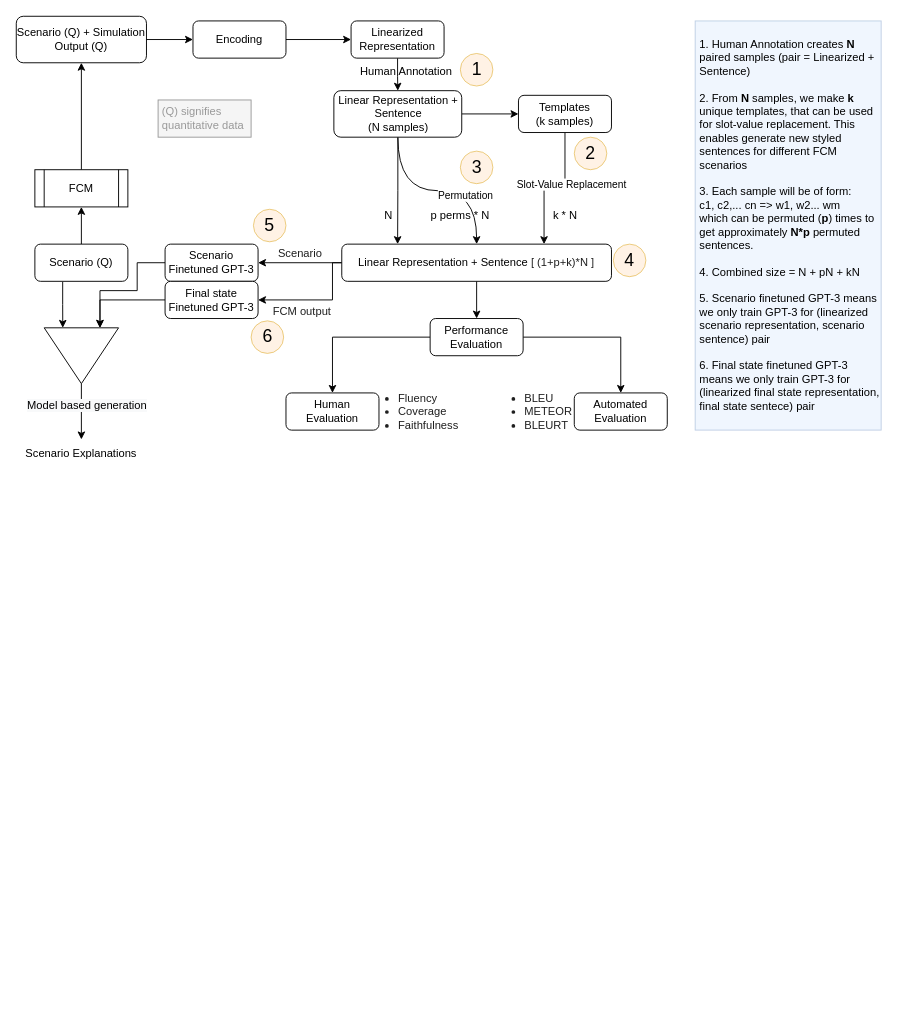
Earlier version of the draw.io diagram fcm-to-text-initial.drawio (annshress/draw.io). Source tidied: cells renumbered, new cells numbered last; positions are measured from the earlier drawing's top-left corner, leaving out a move shared by most shapes. Both pictures are drawn from the tidied source at 93%, with x=0, y=0 at pixel (16, 16).
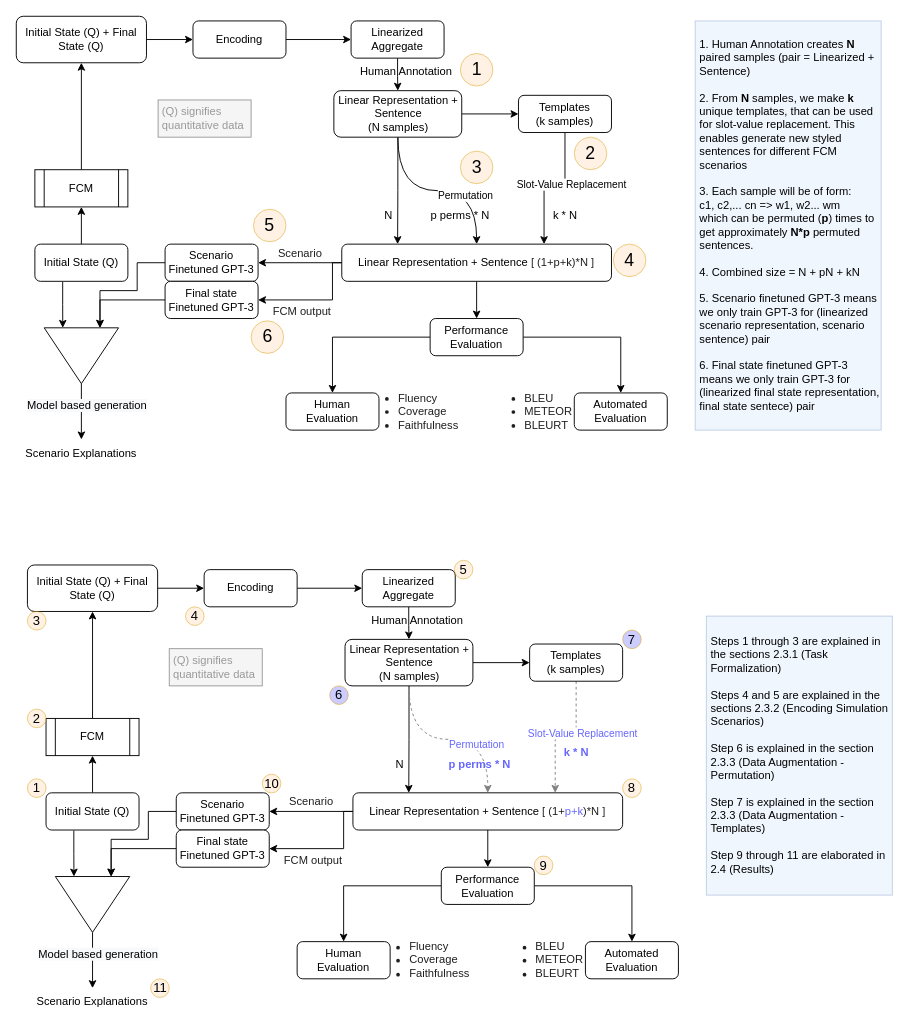
Above is the later version.

Change to the diagram source:
```diff
@@
-    <mxCell id="6" value="Scenario (Q)" style="rounded=1;whiteSpace=wrap;html=1;" parent="1" vertex="1">
+    <mxCell id="6" value="Initial State (Q)" style="rounded=1;whiteSpace=wrap;html=1;" parent="1" vertex="1">
       <mxGeometry x="20" y="245" width="100" height="40" as="geometry" />
     </mxCell>
-    <mxCell id="7" value="Scenario (Q) + Simulation Output (Q)" style="rounded=1;whiteSpace=wrap;html=1;" parent="1" vertex="1">
+    <mxCell id="7" value="Initial State (Q) + Final State (Q)" style="rounded=1;whiteSpace=wrap;html=1;" parent="1" vertex="1">
       <mxGeometry width="140" height="50" as="geometry" />
     </mxCell>
@@
-    <mxCell id="10" value="Linearized Representation" style="rounded=1;whiteSpace=wrap;html=1;" parent="1" vertex="1">
+    <mxCell id="10" value="Linearized Aggregate" style="rounded=1;whiteSpace=wrap;html=1;" parent="1" vertex="1">
       <mxGeometry x="360" y="5" width="100" height="40" as="geometry" />
     </mxCell>
@@
+    <mxCell id="54" style="edgeStyle=orthogonalEdgeStyle;rounded=0;jettySize=auto;html=1;entryX=0.5;entryY=1;entryDx=0;entryDy=0;" parent="1" edge="1" source="55" target="59">
+      <mxGeometry relative="1" as="geometry" />
+    </mxCell>
+    <mxCell id="55" value="FCM" style="shape=process;whiteSpace=wrap;html=1;backgroundOutline=1;" parent="1" vertex="1">
+      <mxGeometry x="32" y="755" width="100" height="40" as="geometry" />
+    </mxCell>
+    <mxCell id="56" style="endArrow=classic;html=1;rounded=0;entryX=0.5;entryY=1;entryDx=0;entryDy=0;exitX=0.5;exitY=0;exitDx=0;exitDy=0;" parent="1" edge="1" source="58" target="55">
+      <mxGeometry relative="1" as="geometry" />
+    </mxCell>
+    <mxCell id="57" style="edgeStyle=orthogonalEdgeStyle;rounded=0;jettySize=auto;html=1;entryX=0;entryY=0.75;entryDx=0;entryDy=0;exitX=0.299;exitY=1.012;exitDx=0;exitDy=0;exitPerimeter=0;" parent="1" edge="1" source="58" target="84">
+      <mxGeometry relative="1" as="geometry" />
+    </mxCell>
+    <mxCell id="58" value="Initial State (Q)" style="rounded=1;whiteSpace=wrap;html=1;" parent="1" vertex="1">
+      <mxGeometry x="32" y="835" width="100" height="40" as="geometry" />
+    </mxCell>
+    <mxCell id="59" value="Initial State (Q) + Final State (Q)" style="rounded=1;whiteSpace=wrap;html=1;" parent="1" vertex="1">
+      <mxGeometry x="12" y="590" width="140" height="50" as="geometry" />
+    </mxCell>
+    <mxCell id="60" style="edgeStyle=orthogonalEdgeStyle;rounded=0;jettySize=auto;html=1;entryX=0;entryY=0.5;entryDx=0;entryDy=0;exitX=1;exitY=0.5;exitDx=0;exitDy=0;" parent="1" edge="1" source="59" target="64">
+      <mxGeometry relative="1" as="geometry" />
+    </mxCell>
+    <mxCell id="61" style="edgeStyle=orthogonalEdgeStyle;rounded=0;jettySize=auto;html=1;entryX=0.5;entryY=0;entryDx=0;entryDy=0;" parent="1" edge="1" source="62" target="69">
+      <mxGeometry relative="1" as="geometry" />
+    </mxCell>
+    <mxCell id="62" value="Linearized Aggregate" style="rounded=1;whiteSpace=wrap;html=1;" parent="1" vertex="1">
+      <mxGeometry x="372" y="595" width="100" height="40" as="geometry" />
+    </mxCell>
+    <mxCell id="63" style="edgeStyle=orthogonalEdgeStyle;rounded=0;jettySize=auto;html=1;entryX=0;entryY=0.5;entryDx=0;entryDy=0;" parent="1" edge="1" source="64" target="62">
+      <mxGeometry relative="1" as="geometry" />
+    </mxCell>
+    <mxCell id="64" value="Encoding" style="rounded=1;whiteSpace=wrap;html=1;" parent="1" vertex="1">
+      <mxGeometry x="202" y="595" width="100" height="40" as="geometry" />
+    </mxCell>
+    <mxCell id="65" style="edgeStyle=orthogonalEdgeStyle;rounded=0;jettySize=auto;html=1;entryX=0;entryY=0.5;entryDx=0;entryDy=0;" parent="1" edge="1" source="69" target="72">
+      <mxGeometry relative="1" as="geometry" />
+    </mxCell>
+    <mxCell id="66" style="edgeStyle=orthogonalEdgeStyle;rounded=0;jettySize=auto;html=1;entryX=0.207;entryY=0;entryDx=0;entryDy=0;entryPerimeter=0;" parent="1" edge="1" source="69" target="76">
+      <mxGeometry relative="1" as="geometry" />
+    </mxCell>
+    <mxCell id="67" style="edgeStyle=orthogonalEdgeStyle;rounded=0;jettySize=auto;html=1;entryX=0.5;entryY=0;entryDx=0;entryDy=0;curved=1;dashed=1;strokeColor=#808080;" parent="1" edge="1" source="69" target="76">
+      <mxGeometry relative="1" as="geometry" />
+    </mxCell>
+    <mxCell id="68" value="&lt;font&gt;Permutation&lt;/font&gt;" style="edgeLabel;html=1;align=center;verticalAlign=middle;horizontal=1;spacingTop=0;spacingBottom=0;spacing=17;spacingRight=0;fontColor=#6666FF;" parent="67" vertex="1">
+      <mxGeometry x="0.09" y="-5" relative="1" as="geometry">
+        <mxPoint x="21" as="offset" />
+      </mxGeometry>
+    </mxCell>
+    <mxCell id="69" value="Linear Representation + Sentence&lt;div&gt;(N samples)&lt;/div&gt;" style="rounded=1;whiteSpace=wrap;html=1;" parent="1" vertex="1">
+      <mxGeometry x="353.5" y="670" width="137.5" height="50" as="geometry" />
+    </mxCell>
+    <mxCell id="70" style="edgeStyle=orthogonalEdgeStyle;rounded=0;jettySize=auto;html=1;entryX=0.75;entryY=0;entryDx=0;entryDy=0;dashed=1;strokeColor=#808080;" parent="1" edge="1" source="72" target="76">
+      <mxGeometry relative="1" as="geometry" />
+    </mxCell>
+    <mxCell id="71" value="&lt;font&gt;Slot-Value Replacement&lt;/font&gt;" style="edgeLabel;html=1;align=center;verticalAlign=middle;fontColor=#6666FF;" parent="70" vertex="1">
+      <mxGeometry x="-0.16" y="4" relative="1" as="geometry">
+        <mxPoint x="6" y="-9" as="offset" />
+      </mxGeometry>
+    </mxCell>
+    <mxCell id="72" value="Templates&lt;br&gt;(k samples)" style="rounded=1;whiteSpace=wrap;html=1;" parent="1" vertex="1">
+      <mxGeometry x="552" y="675" width="100" height="40" as="geometry" />
+    </mxCell>
+    <mxCell id="73" style="edgeStyle=orthogonalEdgeStyle;rounded=0;jettySize=auto;html=1;entryX=1;entryY=0.5;entryDx=0;entryDy=0;" parent="1" edge="1" source="76" target="79">
+      <mxGeometry relative="1" as="geometry" />
+    </mxCell>
+    <mxCell id="74" style="edgeStyle=orthogonalEdgeStyle;rounded=0;jettySize=auto;html=1;entryX=0.5;entryY=0;entryDx=0;entryDy=0;" parent="1" edge="1" source="76" target="82">
+      <mxGeometry relative="1" as="geometry" />
+    </mxCell>
+    <mxCell id="75" style="edgeStyle=orthogonalEdgeStyle;rounded=0;jettySize=auto;html=1;entryX=1;entryY=0.5;entryDx=0;entryDy=0;fontColor=#1F1F1F;" parent="1" edge="1" source="76" target="92">
+      <mxGeometry relative="1" as="geometry">
+        <Array as="points">
+          <mxPoint x="352" y="855" />
+          <mxPoint x="352" y="895" />
+        </Array>
+      </mxGeometry>
+    </mxCell>
+    <mxCell id="76" value="Linear Representation +&amp;nbsp;Sentence &lt;font color=&quot;#1F1F1F&quot;&gt;[ (1+&lt;font color=&quot;#6666FF&quot;&gt;p+k&lt;/font&gt;)*N ]&lt;/font&gt;" style="rounded=1;whiteSpace=wrap;html=1;" parent="1" vertex="1">
+      <mxGeometry x="362" y="835" width="290" height="40" as="geometry" />
+    </mxCell>
+    <mxCell id="77" value="&lt;font color=&quot;#999999&quot;&gt;(Q) signifies quantitative data&lt;/font&gt;" style="rounded=0;whiteSpace=wrap;html=1;align=left;fillColor=#f5f5f5;fontColor=#333333;strokeColor=#999999;labelBackgroundColor=none;spacingLeft=2;gradientColor=none;" parent="1" vertex="1">
+      <mxGeometry x="164.5" y="680" width="100" height="40" as="geometry" />
+    </mxCell>
+    <mxCell id="78" style="edgeStyle=orthogonalEdgeStyle;rounded=0;jettySize=auto;html=1;entryX=0;entryY=0.25;entryDx=0;entryDy=0;fontColor=#1F1F1F;" parent="1" edge="1" source="79" target="84">
+      <mxGeometry relative="1" as="geometry">
+        <Array as="points">
+          <mxPoint x="142" y="855" />
+          <mxPoint x="142" y="885" />
+          <mxPoint x="102" y="885" />
+        </Array>
+      </mxGeometry>
+    </mxCell>
+    <mxCell id="79" value="Scenario Finetuned GPT-3" style="rounded=1;whiteSpace=wrap;html=1;" parent="1" vertex="1">
+      <mxGeometry x="172" y="835" width="100" height="40" as="geometry" />
+    </mxCell>
+    <mxCell id="80" style="edgeStyle=orthogonalEdgeStyle;rounded=0;jettySize=auto;html=1;entryX=0.5;entryY=0;entryDx=0;entryDy=0;fontColor=#1F1F1F;" parent="1" edge="1" source="82" target="95">
+      <mxGeometry relative="1" as="geometry" />
+    </mxCell>
+    <mxCell id="81" style="edgeStyle=orthogonalEdgeStyle;rounded=0;jettySize=auto;html=1;entryX=0.5;entryY=0;entryDx=0;entryDy=0;fontColor=#1F1F1F;" parent="1" edge="1" source="82" target="96">
+      <mxGeometry relative="1" as="geometry" />
+    </mxCell>
+    <mxCell id="82" value="Performance Evaluation" style="rounded=1;whiteSpace=wrap;html=1;" parent="1" vertex="1">
+      <mxGeometry x="457" y="915" width="100" height="40" as="geometry" />
+    </mxCell>
+    <mxCell id="83" style="edgeStyle=orthogonalEdgeStyle;rounded=0;jettySize=auto;html=1;entryX=0.5;entryY=0;entryDx=0;entryDy=0;" parent="1" edge="1" source="84" target="85">
+      <mxGeometry relative="1" as="geometry" />
+    </mxCell>
+    <mxCell id="84" style="triangle;whiteSpace=wrap;html=1;labelBackgroundColor=none;direction=south;" parent="1" vertex="1">
+      <mxGeometry x="42" y="925" width="80" height="60" as="geometry" />
+    </mxCell>
+    <mxCell id="85" value="Scenario Explanations" style="text;html=1;strokeColor=none;fillColor=none;align=center;verticalAlign=middle;whiteSpace=wrap;rounded=0;labelBackgroundColor=none;" parent="1" vertex="1">
+      <mxGeometry x="17" y="1045" width="130" height="30" as="geometry" />
+    </mxCell>
+    <mxCell id="86" value="&lt;span style=&quot;color: rgb(0, 0, 0); font-family: Helvetica; font-size: 12px; font-style: normal; font-variant-ligatures: normal; font-variant-caps: normal; font-weight: 400; letter-spacing: normal; orphans: 2; text-align: center; text-indent: 0px; text-transform: none; widows: 2; word-spacing: 0px; -webkit-text-stroke-width: 0px; background-color: rgb(248, 249, 250); text-decoration-thickness: initial; text-decoration-style: initial; text-decoration-color: initial; float: none; display: inline !important;&quot;&gt;Model based generation&lt;/span&gt;" style="text;whiteSpace=wrap;html=1;fontColor=#999999;" parent="1" vertex="1">
+      <mxGeometry x="22" y="995" width="140" height="30" as="geometry" />
+    </mxCell>
+    <mxCell id="87" value="Human Annotation" style="text;html=1;align=center;verticalAlign=middle;strokeColor=none;fillColor=none;" parent="1" vertex="1">
+      <mxGeometry x="371" y="635" width="120" height="30" as="geometry" />
+    </mxCell>
+    <mxCell id="88" value="N" style="text;html=1;align=center;verticalAlign=middle;strokeColor=none;fillColor=none;" parent="1" vertex="1">
+      <mxGeometry x="397" y="790" width="30" height="30" as="geometry" />
+    </mxCell>
+    <mxCell id="89" value="&lt;b&gt;&lt;font&gt;p perms * N&lt;/font&gt;&lt;/b&gt;" style="text;html=1;align=center;verticalAlign=middle;strokeColor=none;fillColor=none;fontColor=#6666FF;" parent="1" vertex="1">
+      <mxGeometry x="453" y="790" width="90" height="30" as="geometry" />
+    </mxCell>
+    <mxCell id="90" value="&lt;b&gt;&lt;font&gt;k * N&lt;/font&gt;&lt;/b&gt;" style="text;html=1;align=center;verticalAlign=middle;strokeColor=none;fillColor=none;fontColor=#6666FF;" parent="1" vertex="1">
+      <mxGeometry x="577" y="777" width="50" height="30" as="geometry" />
+    </mxCell>
+    <mxCell id="91" style="edgeStyle=orthogonalEdgeStyle;rounded=0;jettySize=auto;html=1;entryX=0;entryY=0.25;entryDx=0;entryDy=0;fontColor=#1F1F1F;" parent="1" edge="1" source="92" target="84">
+      <mxGeometry relative="1" as="geometry" />
+    </mxCell>
+    <mxCell id="92" value="Final state&lt;br&gt;&lt;div&gt;Finetuned GPT-3&lt;/div&gt;" style="rounded=1;whiteSpace=wrap;html=1;" parent="1" vertex="1">
+      <mxGeometry x="172" y="875" width="100" height="40" as="geometry" />
+    </mxCell>
+    <mxCell id="93" value="Scenario" style="text;html=1;align=center;verticalAlign=middle;strokeColor=none;fillColor=none;fontColor=#1F1F1F;" parent="1" vertex="1">
+      <mxGeometry x="282" y="830" width="70" height="30" as="geometry" />
+    </mxCell>
+    <mxCell id="94" value="FCM output" style="text;html=1;align=center;verticalAlign=middle;strokeColor=none;fillColor=none;fontColor=#1F1F1F;" parent="1" vertex="1">
+      <mxGeometry x="273.5" y="893" width="90" height="30" as="geometry" />
+    </mxCell>
+    <mxCell id="95" value="Human Evaluation" style="rounded=1;whiteSpace=wrap;html=1;" parent="1" vertex="1">
+      <mxGeometry x="302" y="995" width="100" height="40" as="geometry" />
+    </mxCell>
+    <mxCell id="96" value="Automated Evaluation" style="rounded=1;whiteSpace=wrap;html=1;" parent="1" vertex="1">
+      <mxGeometry x="612" y="995" width="100" height="40" as="geometry" />
+    </mxCell>
+    <mxCell id="97" value="&lt;ul&gt;&lt;li&gt;Fluency&lt;/li&gt;&lt;li&gt;Coverage&lt;/li&gt;&lt;li&gt;Faithfulness&lt;/li&gt;&lt;/ul&gt;" style="text;html=1;strokeColor=none;fillColor=none;align=left;verticalAlign=middle;whiteSpace=wrap;rounded=0;fontColor=#1F1F1F;" parent="1" vertex="1">
+      <mxGeometry x="381" y="1000" width="110" height="30" as="geometry" />
+    </mxCell>
+    <mxCell id="98" value="&lt;div align=&quot;left&quot;&gt;&lt;ul&gt;&lt;li&gt;BLEU&lt;/li&gt;&lt;li&gt;METEOR&lt;/li&gt;&lt;li&gt;BLEURT&lt;br&gt;&lt;/li&gt;&lt;/ul&gt;&lt;/div&gt;" style="text;html=1;strokeColor=none;fillColor=none;align=right;verticalAlign=middle;whiteSpace=wrap;rounded=0;fontColor=#1F1F1F;" parent="1" vertex="1">
+      <mxGeometry x="502" y="1000" width="110" height="30" as="geometry" />
+    </mxCell>
+    <mxCell id="99" value="&lt;div&gt;Steps 1 through 3 are explained in the sections 2.3.1 (Task Formalization)&lt;br&gt;&lt;/div&gt;&lt;div&gt;&lt;br&gt;&lt;/div&gt;&lt;div&gt;Steps 4 and 5 are explained in the sections 2.3.2 (Encoding Simulation Scenarios)&lt;br&gt;&lt;/div&gt;&lt;div&gt;&lt;br&gt;&lt;/div&gt;&lt;div&gt;Step 6 is explained in the section 2.3.3 (Data Augmentation - Permutation)&lt;/div&gt;&lt;div&gt;&lt;br&gt;&lt;/div&gt;&lt;div&gt;Step 7 is explained in the section 2.3.3 (Data Augmentation - Templates)&lt;/div&gt;&lt;div&gt;&lt;br&gt;&lt;/div&gt;&lt;div&gt;Step 9 through 11 are elaborated in 2.4 (Results)&lt;br&gt;&lt;/div&gt;" style="rounded=0;whiteSpace=wrap;html=1;fillColor=#dae8fc;strokeColor=#6c8ebf;align=left;spacingLeft=3;opacity=40;" parent="1" vertex="1">
+      <mxGeometry x="742" y="645" width="200" height="300" as="geometry" />
+    </mxCell>
+    <mxCell id="100" value="&lt;font style=&quot;font-size: 13px;&quot;&gt;&lt;font style=&quot;font-size: 14px;&quot;&gt;1&lt;/font&gt;&lt;/font&gt;" style="ellipse;whiteSpace=wrap;html=1;fillColor=#ffe6cc;strokeColor=#d79b00;opacity=50;" parent="1" vertex="1">
+      <mxGeometry x="12" y="820" width="20" height="20" as="geometry" />
+    </mxCell>
+    <mxCell id="101" value="&lt;font style=&quot;font-size: 13px;&quot;&gt;&lt;font style=&quot;font-size: 14px;&quot;&gt;2&lt;/font&gt;&lt;/font&gt;" style="ellipse;whiteSpace=wrap;html=1;fillColor=#ffe6cc;strokeColor=#d79b00;opacity=50;" parent="1" vertex="1">
+      <mxGeometry x="12" y="745" width="20" height="20" as="geometry" />
+    </mxCell>
+    <mxCell id="102" value="&lt;font style=&quot;font-size: 13px;&quot;&gt;&lt;font style=&quot;font-size: 14px;&quot;&gt;3&lt;/font&gt;&lt;/font&gt;" style="ellipse;whiteSpace=wrap;html=1;fillColor=#ffe6cc;strokeColor=#d79b00;opacity=50;" parent="1" vertex="1">
+      <mxGeometry x="12" y="640" width="20" height="20" as="geometry" />
+    </mxCell>
+    <mxCell id="103" value="&lt;font style=&quot;font-size: 13px;&quot;&gt;&lt;font style=&quot;font-size: 14px;&quot;&gt;4&lt;/font&gt;&lt;/font&gt;" style="ellipse;whiteSpace=wrap;html=1;fillColor=#ffe6cc;strokeColor=#d79b00;opacity=50;" parent="1" vertex="1">
+      <mxGeometry x="182" y="635" width="20" height="20" as="geometry" />
+    </mxCell>
+    <mxCell id="104" value="&lt;font style=&quot;font-size: 13px;&quot;&gt;&lt;font style=&quot;font-size: 14px;&quot;&gt;5&lt;/font&gt;&lt;/font&gt;" style="ellipse;whiteSpace=wrap;html=1;fillColor=#ffe6cc;strokeColor=#d79b00;opacity=50;" parent="1" vertex="1">
+      <mxGeometry x="471" y="585" width="20" height="20" as="geometry" />
+    </mxCell>
+    <mxCell id="105" value="&lt;font style=&quot;font-size: 13px;&quot;&gt;&lt;font style=&quot;font-size: 14px;&quot;&gt;6&lt;/font&gt;&lt;/font&gt;" style="ellipse;whiteSpace=wrap;html=1;fillColor=#9999FF;strokeColor=#d79b00;opacity=50;" parent="1" vertex="1">
+      <mxGeometry x="337" y="720" width="20" height="20" as="geometry" />
+    </mxCell>
+    <mxCell id="106" value="&lt;font style=&quot;font-size: 13px;&quot;&gt;&lt;font style=&quot;font-size: 14px;&quot;&gt;7&lt;/font&gt;&lt;/font&gt;" style="ellipse;whiteSpace=wrap;html=1;fillColor=#9999FF;strokeColor=#d79b00;opacity=50;" parent="1" vertex="1">
+      <mxGeometry x="652" y="660" width="20" height="20" as="geometry" />
+    </mxCell>
+    <mxCell id="107" value="&lt;font style=&quot;font-size: 13px;&quot;&gt;&lt;font style=&quot;font-size: 14px;&quot;&gt;8&lt;/font&gt;&lt;/font&gt;" style="ellipse;whiteSpace=wrap;html=1;fillColor=#ffe6cc;strokeColor=#d79b00;opacity=50;" parent="1" vertex="1">
+      <mxGeometry x="652" y="820" width="20" height="20" as="geometry" />
+    </mxCell>
+    <mxCell id="108" value="&lt;font style=&quot;font-size: 13px;&quot;&gt;&lt;font style=&quot;font-size: 14px;&quot;&gt;9&lt;/font&gt;&lt;/font&gt;" style="ellipse;whiteSpace=wrap;html=1;fillColor=#ffe6cc;strokeColor=#d79b00;opacity=50;" parent="1" vertex="1">
+      <mxGeometry x="557" y="903" width="20" height="20" as="geometry" />
+    </mxCell>
+    <mxCell id="109" value="&lt;font style=&quot;font-size: 13px;&quot;&gt;&lt;font style=&quot;font-size: 14px;&quot;&gt;10&lt;/font&gt;&lt;/font&gt;" style="ellipse;whiteSpace=wrap;html=1;fillColor=#ffe6cc;strokeColor=#d79b00;opacity=50;" parent="1" vertex="1">
+      <mxGeometry x="264.5" y="815" width="20" height="20" as="geometry" />
+    </mxCell>
+    <mxCell id="110" value="&lt;font style=&quot;font-size: 13px;&quot;&gt;&lt;font style=&quot;font-size: 14px;&quot;&gt;11&lt;/font&gt;&lt;/font&gt;" style="ellipse;whiteSpace=wrap;html=1;fillColor=#ffe6cc;strokeColor=#d79b00;opacity=50;" parent="1" vertex="1">
+      <mxGeometry x="144.5" y="1035" width="20" height="20" as="geometry" />
+    </mxCell>
```
